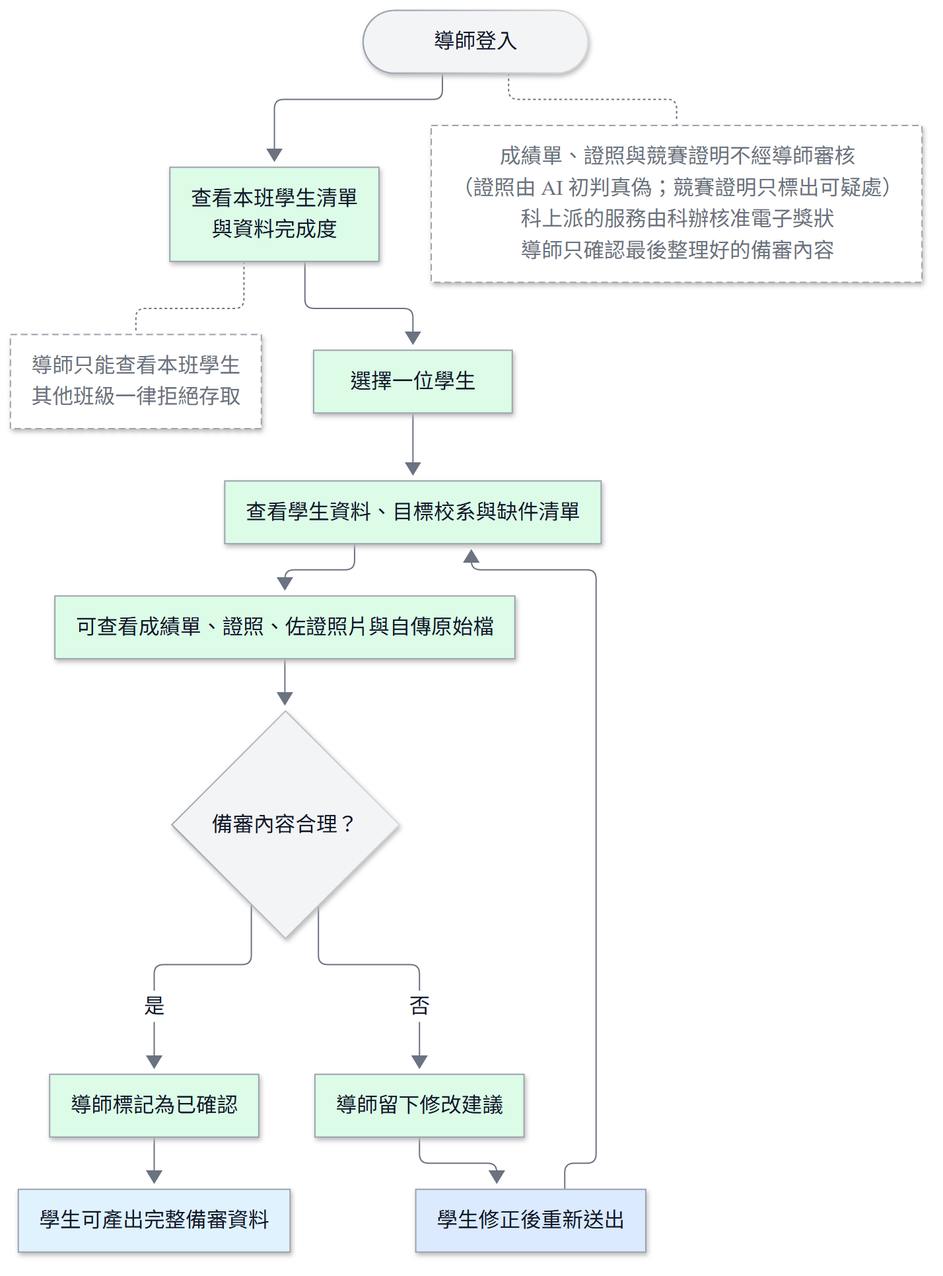
This is docs/images/D-16-teacher-confirm-flow.png from vujhdcusa/1028, a Mermaid export, as it was before one commit. Its source is kept beside it as docs/images/D-16-teacher-confirm-flow.mmd.
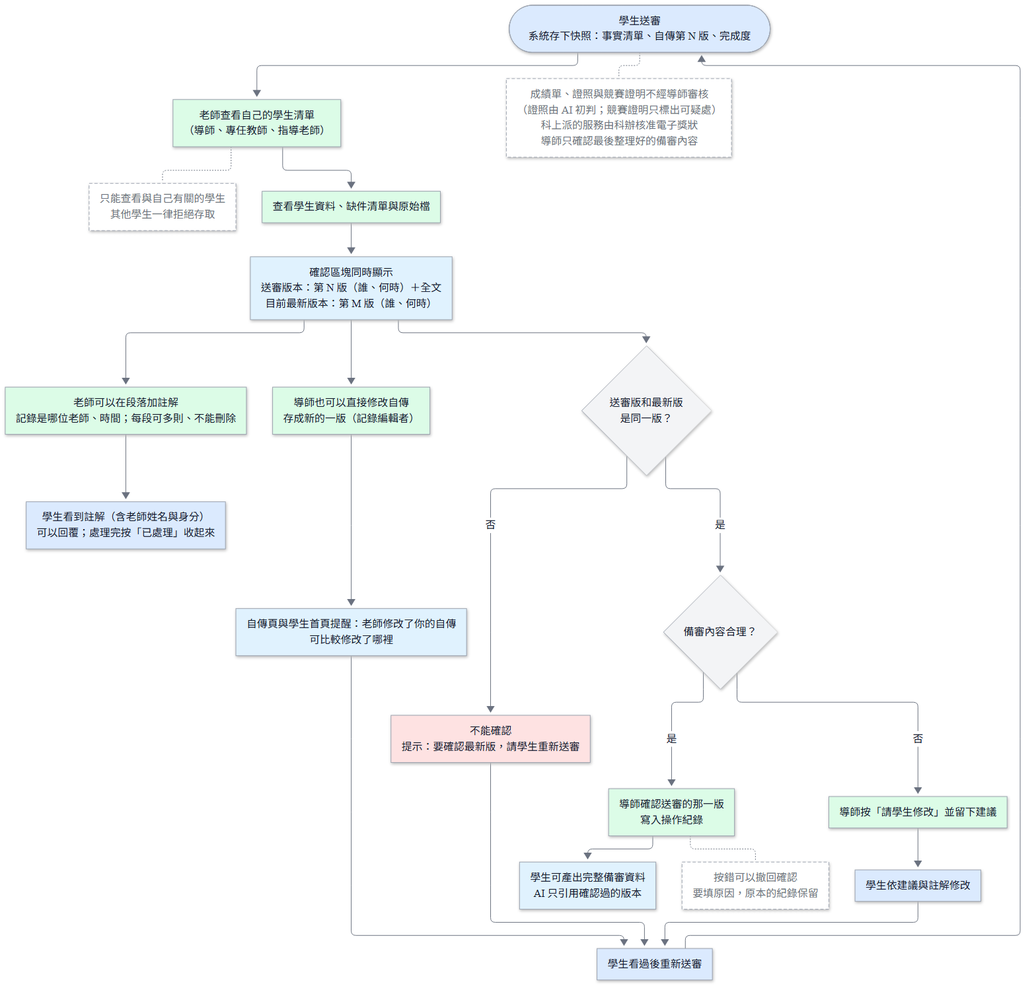
After the change.

Change to the diagram source:
```diff
@@ -2,22 +2,28 @@
 flowchart TD
     classDef student fill:#DBEAFE,stroke:#9CA3AF,color:#111827,stroke-width:1px;
     classDef teacher fill:#DCFCE7,stroke:#9CA3AF,color:#111827,stroke-width:1px;
-    classDef admin fill:#EDE9FE,stroke:#9CA3AF,color:#111827,stroke-width:1px;
     classDef system fill:#E0F2FE,stroke:#9CA3AF,color:#111827,stroke-width:1px;
-    classDef store fill:#F3F4F6,stroke:#9CA3AF,color:#111827,stroke-width:1px;
-    classDef ai fill:#FFEDD5,stroke:#9CA3AF,color:#111827,stroke-width:1px;
     classDef alert fill:#FEE2E2,stroke:#9CA3AF,color:#111827,stroke-width:1px;
     classDef pending fill:#FFFFFF,stroke:#9CA3AF,color:#6B7280,stroke-width:1px,stroke-dasharray:5 3;
 
-    Start([導師登入]) --> List[查看本班學生清單<br/>與資料完成度]:::teacher
-    List -.- Scope[導師只能查看本班學生<br/>其他班級一律拒絕存取]:::pending
-    Start -.- NoCert[成績單、證照與競賽證明不經導師審核<br/>（證照由 AI 初判真偽；競賽證明只標出可疑處）<br/>科上派的服務由科辦核准電子獎狀<br/>導師只確認最後整理好的備審內容]:::pending
-    List --> Pick[選擇一位學生]:::teacher
-    Pick --> View[查看學生資料、目標校系與缺件清單]:::teacher
-    View --> Original[可查看成績單、證照、佐證照片與自傳原始檔]:::teacher
-    Original --> Reasonable{備審內容合理？}
-    Reasonable -- 是 --> Confirm[導師標記為已確認]:::teacher
-    Confirm --> Ready[學生可產出完整備審資料]:::system
-    Reasonable -- 否 --> Advice[導師留下修改建議]:::teacher
-    Advice --> Fix[學生修正後重新送出]:::student
-    Fix --> View
+    Submit([學生送審<br/>系統存下快照：事實清單、自傳第 N 版、完成度]):::student --> List[老師查看自己的學生清單<br/>（導師、專任教師、指導老師）]:::teacher
+    List -.- Scope[只能查看與自己有關的學生<br/>其他學生一律拒絕存取]:::pending
+    Submit -.- NoCert[成績單、證照與競賽證明不經導師審核<br/>（證照由 AI 初判；競賽證明只標出可疑處）<br/>科上派的服務由科辦核准電子獎狀<br/>導師只確認最後整理好的備審內容]:::pending
+    List --> View[查看學生資料、缺件清單與原始檔]:::teacher
+    View --> Versions[確認區塊同時顯示<br/>送審版本：第 N 版（誰、何時）＋全文<br/>目前最新版本：第 M 版（誰、何時）]:::system
+    Versions --> Comment[老師可以在段落加註解<br/>記錄是哪位老師、時間；每段可多則、不能刪除]:::teacher
+    Comment --> Reply[學生看到註解（含老師姓名與身分）<br/>可以回覆；處理完按「已處理」收起來]:::student
+    Versions --> Edit[導師也可以直接修改自傳<br/>存成新的一版（記錄編輯者）]:::teacher
+    Edit --> Notify[自傳頁與學生首頁提醒：老師修改了你的自傳<br/>可比較修改了哪裡]:::system
+    Notify --> Resubmit[學生看過後重新送審]:::student
+    Resubmit --> Submit
+    Versions --> Same{送審版和最新版<br/>是同一版？}
+    Same -- 否 --> Block[不能確認<br/>提示：要確認最新版，請學生重新送審]:::alert
+    Block --> Resubmit
+    Same -- 是 --> Reasonable{備審內容合理？}
+    Reasonable -- 是 --> Confirm[導師確認送審的那一版<br/>寫入操作紀錄]:::teacher
+    Confirm --> Ready[學生可產出完整備審資料<br/>AI 只引用確認過的版本]:::system
+    Reasonable -- 否 --> Advice[導師按「請學生修改」並留下建議]:::teacher
+    Advice --> Fix[學生依建議與註解修改]:::student
+    Fix --> Resubmit
+    Confirm -.- Withdraw[按錯可以撤回確認<br/>要填原因，原本的紀錄保留]:::pending
```
